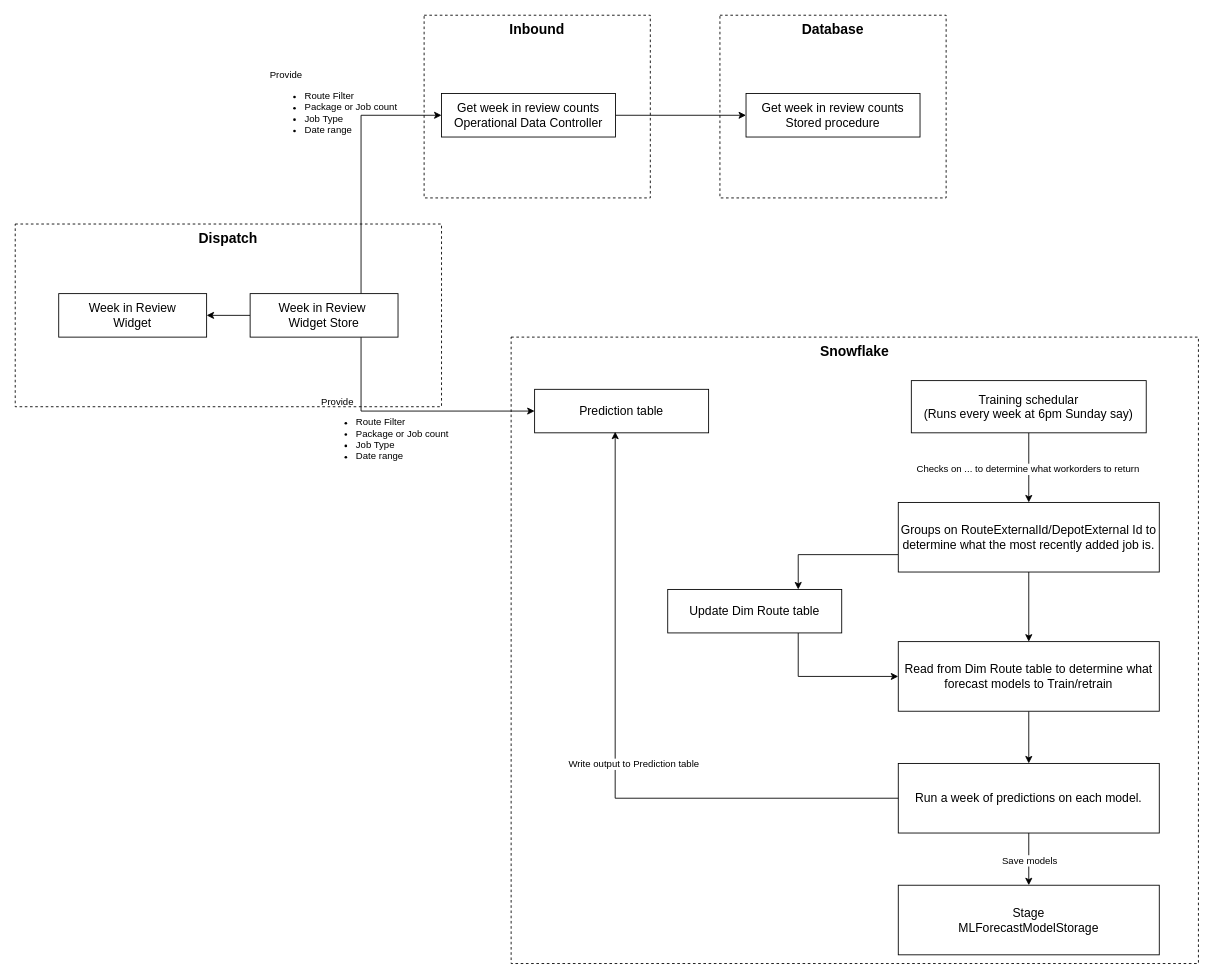
The draw.io diagram ML Forecasting.drawio in gbates-e2open/drawioFiles, before the edit. Source tidied: cells renumbered, new cells numbered last; positions are measured from the earlier drawing's top-left corner, leaving out a move shared by most shapes. Both pictures are drawn from the tidied source at 87%, with x=0, y=0 at pixel (15, 15).
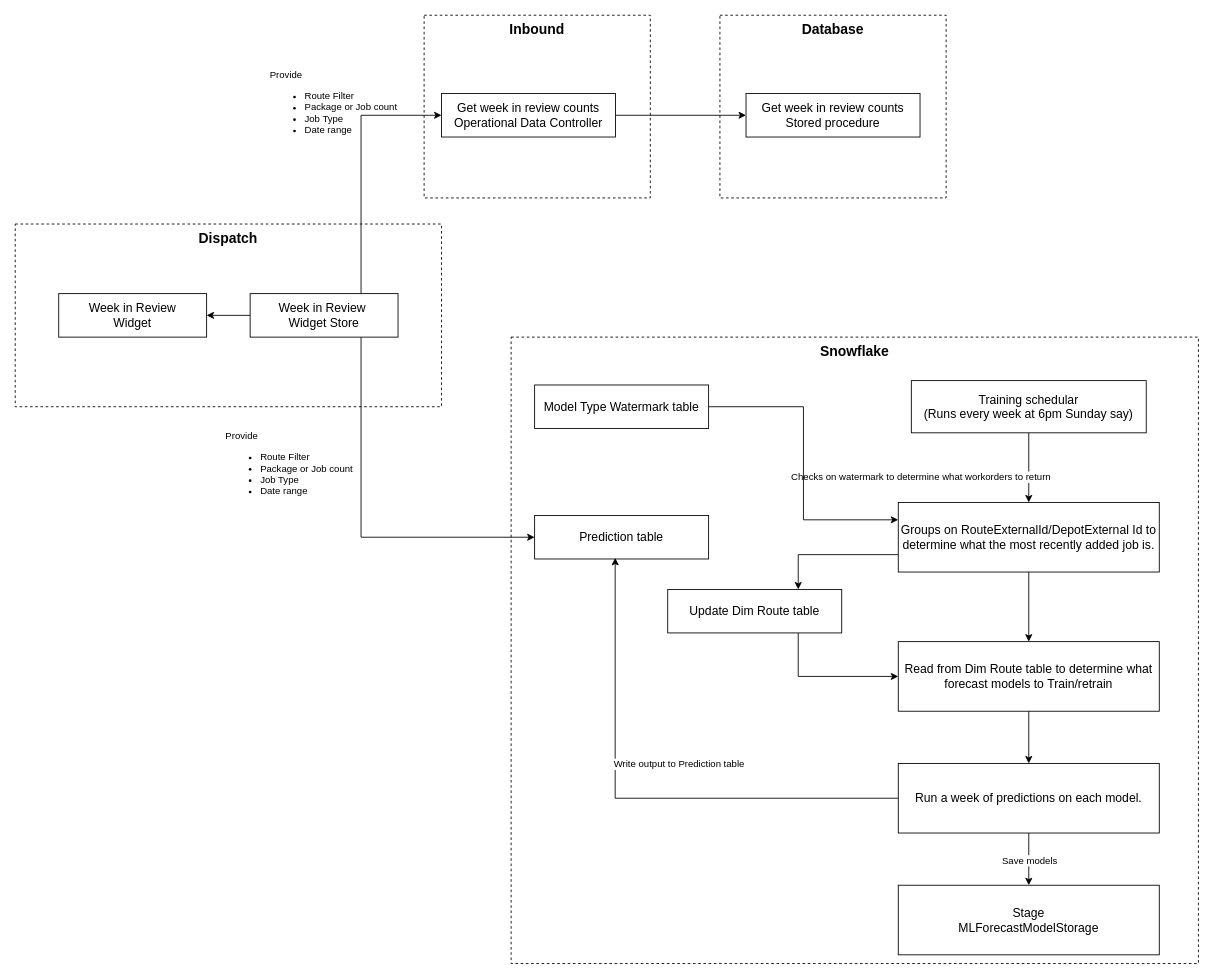
Above is the later version.

The change refers to these unchanged cells:
```xml
<mxCell id="17" style="edgeStyle=orthogonalEdgeStyle;rounded=0;jettySize=auto;html=1;exitX=0.5;exitY=1;exitDx=0;exitDy=0;entryX=0.5;entryY=0;entryDx=0;entryDy=0;" parent="1" edge="1" source="19" target="22">
  <mxGeometry relative="1" as="geometry" />
</mxCell>
<mxCell id="22" value="&lt;font style=&quot;font-size: 14px;&quot;&gt;Groups on RouteExternalId/DepotExternal Id to determine what the most recently added job is.&lt;/font&gt;" style="rounded=0;whiteSpace=wrap;html=1;" parent="1" vertex="1">
  <mxGeometry x="1015" y="560" width="300" height="80" as="geometry" />
</mxCell>
```

What changed in the source:
```diff
@@
     <mxCell id="15" value="Prediction table" style="whiteSpace=wrap;html=1;align=center;fontSize=14;" parent="1" vertex="1">
-      <mxGeometry x="597" y="430" width="200" height="50" as="geometry" />
+      <mxGeometry x="597" y="575" width="200" height="50" as="geometry" />
     </mxCell>
     <mxCell id="16" value="Provide&amp;nbsp;&lt;div&gt;&lt;ul&gt;&lt;li&gt;Route Filter&lt;/li&gt;&lt;li&gt;Package or Job count&lt;/li&gt;&lt;li&gt;Job Type&lt;/li&gt;&lt;li&gt;Date range&lt;/li&gt;&lt;/ul&gt;&lt;/div&gt;" style="edgeLabel;html=1;align=left;verticalAlign=middle;labelBackgroundColor=none;" parent="1" vertex="1">
-      <mxGeometry x="350" y="480" as="geometry" />
+      <mxGeometry x="240" y="520" as="geometry" />
     </mxCell>
@@
-    <mxCell id="18" value="Checks on ... to determine what workorders to return" style="edgeLabel;html=1;align=center;verticalAlign=middle;" parent="17" vertex="1">
-      <mxGeometry x="0.03" y="-2" relative="1" as="geometry" />
+    <mxCell id="18" value="Checks on watermark to determine what workorders to return" style="edgeLabel;html=1;align=center;verticalAlign=middle;" parent="17" vertex="1">
+      <mxGeometry x="0.03" y="-2" relative="1" as="geometry">
+        <mxPoint x="-123" y="9" as="offset" />
+      </mxGeometry>
     </mxCell>
@@
+    <mxCell id="33" style="edgeStyle=orthogonalEdgeStyle;rounded=0;jettySize=auto;html=1;exitX=1;exitY=0.5;exitDx=0;exitDy=0;entryX=0;entryY=0.25;entryDx=0;entryDy=0;" parent="1" edge="1" source="34" target="22">
+      <mxGeometry relative="1" as="geometry" />
+    </mxCell>
+    <mxCell id="34" value="Model Type Watermark table" style="whiteSpace=wrap;html=1;align=center;fontSize=14;" parent="1" vertex="1">
+      <mxGeometry x="597" y="425" width="200" height="50" as="geometry" />
+    </mxCell>
```
